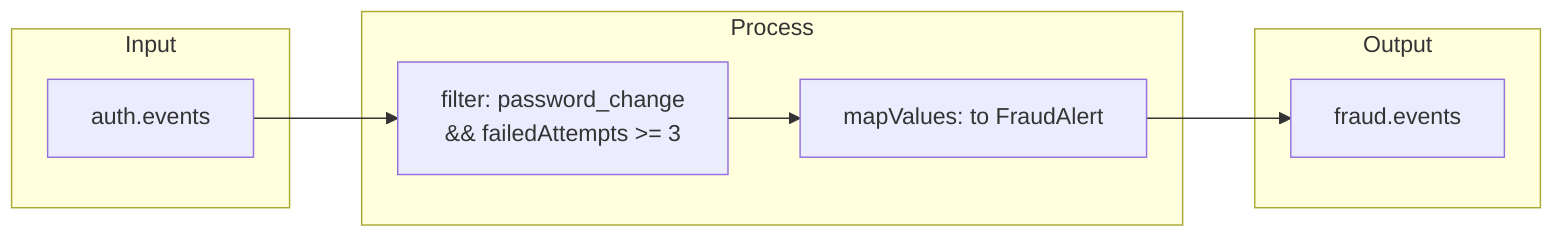
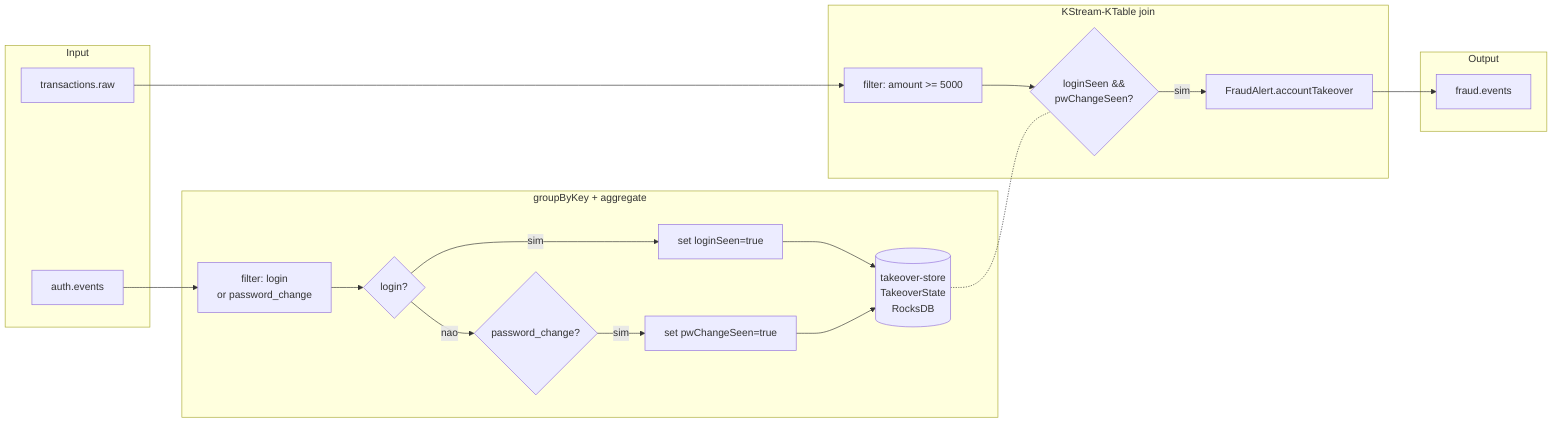
flowchart LR
    subgraph Input
        A[auth.events]
+         TX[transactions.raw]
    end
-     subgraph Process
-         B[filter: password_change<br/>&& failedAttempts >= 3]
-         C[mapValues: to FraudAlert]
+     subgraph KTable [groupByKey + aggregate]
+         B[filter: login<br/>or password_change]
+         C{login?}
+         D[set loginSeen=true]
+         E{password_change?}
+         F[set pwChangeSeen=true]
+         G[(takeover-store<br/>TakeoverState<br/>RocksDB)]
+     end
+     subgraph Join [KStream-KTable join]
+         H[filter: amount >= 5000]
+         I{loginSeen &&<br/>pwChangeSeen?}
+         J[FraudAlert.accountTakeover]
    end
    subgraph Output
-         D[fraud.events]
+         K[fraud.events]
    end
-     A --> B --> C --> D
+     A --> B --> C -- sim --> D --> G
+     C -- nao --> E -- sim --> F --> G
+     TX --> H --> I
+     G -.- I
+     I -- sim --> J --> K
